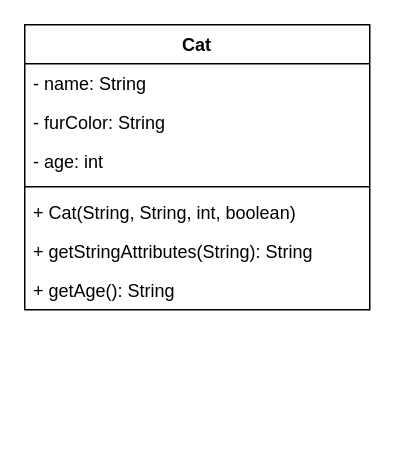
Earlier version of the draw.io diagram page "Cat_2" (3 of 3) of com/cc/java/klassendiagramm.drawio (ComCaveKarGar/02b_Klassen_Objekte_2_02). Source tidied: cells renumbered, new cells numbered last; positions are measured from the earlier drawing's top-left corner, leaving out a move shared by most shapes. Both pictures are drawn from the tidied source at 150%, with x=0, y=0 at pixel (24, 24).
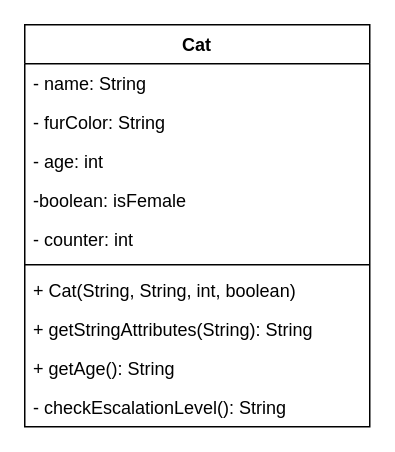
The same page after the edit.

Commit message (it also covers changes not shown here):
counter++ / checkEscalationLevel()

Diff of the diagram source:
```diff
@@
 <mxGraphModel>
   <root>
     <mxCell id="0" />
     <mxCell id="1" parent="0" />
     <mxCell id="2" value="Cat" style="swimlane;fontStyle=1;align=center;verticalAlign=top;horizontal=1;startSize=26;" parent="1" vertex="1">
-      <mxGeometry width="230" height="190" as="geometry" />
+      <mxGeometry width="230" height="268" as="geometry" />
     </mxCell>
     <mxCell id="3" value="- name: String" style="text;strokeColor=none;fillColor=none;align=left;verticalAlign=top;spacingLeft=4;spacingRight=4;overflow=hidden;" parent="2" vertex="1">
       <mxGeometry y="26" width="230" height="26" as="geometry" />
     </mxCell>
     <mxCell id="4" value="- furColor: String" style="text;strokeColor=none;fillColor=none;align=left;verticalAlign=top;spacingLeft=4;spacingRight=4;overflow=hidden;" parent="2" vertex="1">
       <mxGeometry y="52" width="230" height="26" as="geometry" />
     </mxCell>
     <mxCell id="5" value="- age: int" style="text;strokeColor=none;fillColor=none;align=left;verticalAlign=top;spacingLeft=4;spacingRight=4;overflow=hidden;" parent="2" vertex="1">
       <mxGeometry y="78" width="230" height="26" as="geometry" />
     </mxCell>
+    <mxCell id="10" value="-boolean: isFemale" style="text;strokeColor=none;fillColor=none;align=left;verticalAlign=top;spacingLeft=4;spacingRight=4;overflow=hidden;" parent="2" vertex="1">
+      <mxGeometry y="104" width="230" height="26" as="geometry" />
+    </mxCell>
+    <mxCell id="11" value="- counter: int" style="text;strokeColor=none;fillColor=none;align=left;verticalAlign=top;spacingLeft=4;spacingRight=4;overflow=hidden;" parent="2" vertex="1">
+      <mxGeometry y="130" width="230" height="26" as="geometry" />
+    </mxCell>
     <mxCell id="6" style="line;strokeWidth=1;fillColor=none;align=left;verticalAlign=middle;spacingTop=-1;spacingLeft=3;spacingRight=3;labelPosition=right;strokeColor=inherit;" parent="2" vertex="1">
-      <mxGeometry y="104" width="230" height="8" as="geometry" />
+      <mxGeometry y="156" width="230" height="8" as="geometry" />
     </mxCell>
     <mxCell id="7" value="+ Cat(String, String, int, boolean)" style="text;strokeColor=none;fillColor=none;align=left;verticalAlign=top;spacingLeft=4;spacingRight=4;overflow=hidden;" parent="2" vertex="1">
-      <mxGeometry y="112" width="230" height="26" as="geometry" />
+      <mxGeometry y="164" width="230" height="26" as="geometry" />
     </mxCell>
     <mxCell id="8" value="+ getStringAttributes(String): String" style="text;strokeColor=none;fillColor=none;align=left;verticalAlign=top;spacingLeft=4;spacingRight=4;overflow=hidden;" parent="2" vertex="1">
-      <mxGeometry y="138" width="230" height="26" as="geometry" />
+      <mxGeometry y="190" width="230" height="26" as="geometry" />
     </mxCell>
     <mxCell id="9" value="+ getAge(): String" style="text;strokeColor=none;fillColor=none;align=left;verticalAlign=top;spacingLeft=4;spacingRight=4;overflow=hidden;" parent="2" vertex="1">
-      <mxGeometry y="164" width="230" height="26" as="geometry" />
+      <mxGeometry y="216" width="230" height="26" as="geometry" />
     </mxCell>
+    <mxCell id="12" value="- checkEscalationLevel(): String" style="text;strokeColor=none;fillColor=none;align=left;verticalAlign=top;spacingLeft=4;spacingRight=4;overflow=hidden;" parent="2" vertex="1">
+      <mxGeometry y="242" width="230" height="26" as="geometry" />
+    </mxCell>
   </root>
 </mxGraphModel>
```
